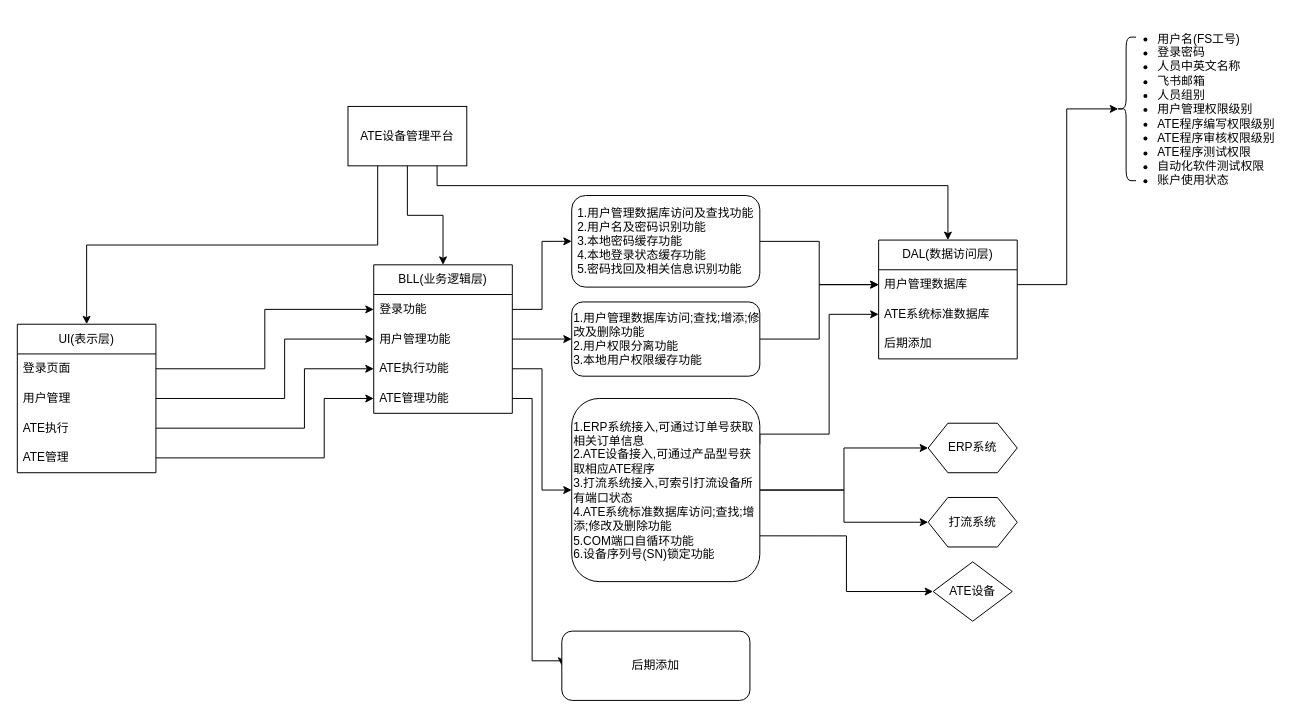
Before: CompanyUse/HongHanDongMan/ATE设备管理平台.drawio in Istaya/Gallery, a draw.io diagram. Source tidied: cells renumbered, new cells numbered last; positions are measured from the earlier drawing's top-left corner, leaving out a move shared by most shapes. Both pictures are drawn from the tidied source at 99%, with x=0, y=0 at pixel (17, 17).
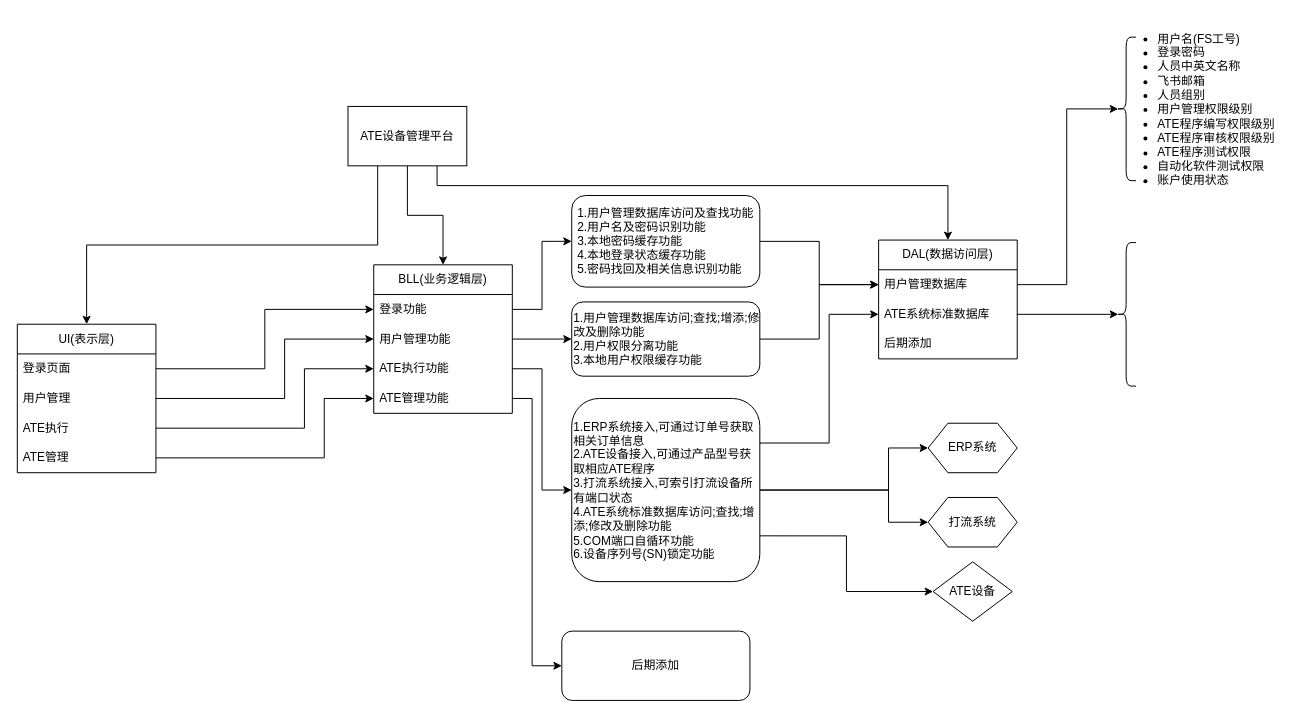
After the change.

Commit message:
更新ATE设备管理平台.drawio

The change refers to these unchanged cells:
```xml
<mxCell id="16" value="ATE管理功能" style="text;strokeColor=none;fillColor=none;align=left;verticalAlign=middle;spacingLeft=4;spacingRight=4;overflow=hidden;points=[[0,0.5],[1,0.5]];portConstraint=eastwest;whiteSpace=wrap;html=1;" parent="12" vertex="1">
  <mxGeometry y="120" width="140" height="30" as="geometry" />
</mxCell>
<mxCell id="19" value="ATE系统标准数据库" style="text;strokeColor=none;fillColor=none;align=left;verticalAlign=middle;spacingLeft=4;spacingRight=4;overflow=hidden;points=[[0,0.5],[1,0.5]];portConstraint=eastwest;whiteSpace=wrap;html=1;" parent="17" vertex="1">
  <mxGeometry y="60" width="140" height="30" as="geometry" />
</mxCell>
<mxCell id="30" value="ERP系统" style="shape=hexagon;perimeter=hexagonPerimeter2;whiteSpace=wrap;html=1;fixedSize=1;" parent="1" vertex="1">
  <mxGeometry x="920" y="410" width="90" height="50" as="geometry" />
</mxCell>
<mxCell id="32" value="打流系统" style="shape=hexagon;perimeter=hexagonPerimeter2;whiteSpace=wrap;html=1;fixedSize=1;" parent="1" vertex="1">
  <mxGeometry x="920" y="485" width="90" height="50" as="geometry" />
</mxCell>
<mxCell id="38" value="1.ERP系统接入,可通过订单号获取相关订单信息&lt;br&gt;2.ATE设备接入,可通过产品型号获取相应ATE程序&lt;br&gt;3.打流系统接入,可索引打流设备所有端口状态&lt;br&gt;4.ATE系统标准数据库访问;查找;增添;修改及删除功能&lt;br&gt;5.COM端口自循环功能&lt;br&gt;6.设备序列号(SN)锁定功能" style="rounded=1;whiteSpace=wrap;html=1;align=left;" parent="1" vertex="1">
  <mxGeometry x="560" y="385" width="190" height="185" as="geometry" />
</mxCell>
<mxCell id="40" value="后期添加" style="rounded=1;whiteSpace=wrap;html=1;" parent="1" vertex="1">
  <mxGeometry x="550" y="620" width="190" height="70" as="geometry" />
</mxCell>
```

Change to the diagram source:
```diff
@@
     <mxCell id="34" style="edgeStyle=orthogonalEdgeStyle;rounded=0;jettySize=auto;html=1;exitX=1;exitY=0.25;exitDx=0;exitDy=0;entryX=0;entryY=0.5;entryDx=0;entryDy=0;" parent="1" edge="1" source="38" target="19">
       <mxGeometry relative="1" as="geometry">
         <Array as="points">
-          <mxPoint x="820" y="421" />
+          <mxPoint x="750" y="430" />
+          <mxPoint x="820" y="430" />
           <mxPoint x="820" y="300" />
         </Array>
       </mxGeometry>
     </mxCell>
     <mxCell id="35" style="edgeStyle=orthogonalEdgeStyle;rounded=0;jettySize=auto;html=1;exitX=1;exitY=0.5;exitDx=0;exitDy=0;entryX=0;entryY=0.5;entryDx=0;entryDy=0;" parent="1" edge="1" source="38" target="30">
-      <mxGeometry relative="1" as="geometry" />
+      <mxGeometry relative="1" as="geometry">
+        <Array as="points">
+          <mxPoint x="880" y="477" />
+          <mxPoint x="880" y="435" />
+        </Array>
+      </mxGeometry>
     </mxCell>
     <mxCell id="36" style="edgeStyle=orthogonalEdgeStyle;rounded=0;jettySize=auto;html=1;exitX=1;exitY=0.5;exitDx=0;exitDy=0;entryX=0;entryY=0.5;entryDx=0;entryDy=0;" parent="1" edge="1" source="38" target="32">
-      <mxGeometry relative="1" as="geometry" />
+      <mxGeometry relative="1" as="geometry">
+        <Array as="points">
+          <mxPoint x="880" y="477" />
+          <mxPoint x="880" y="510" />
+        </Array>
+      </mxGeometry>
     </mxCell>
@@
     <mxCell id="39" style="edgeStyle=orthogonalEdgeStyle;rounded=0;jettySize=auto;html=1;exitX=1;exitY=0.5;exitDx=0;exitDy=0;entryX=0;entryY=0.5;entryDx=0;entryDy=0;" parent="1" edge="1" source="16" target="40">
       <mxGeometry relative="1" as="geometry">
         <Array as="points">
           <mxPoint x="520" y="385" />
-          <mxPoint x="520" y="650" />
-          <mxPoint x="550" y="650" />
+          <mxPoint x="520" y="655" />
         </Array>
       </mxGeometry>
     </mxCell>
@@
+    <mxCell id="44" style="edgeStyle=orthogonalEdgeStyle;rounded=0;jettySize=auto;html=1;entryX=0.1;entryY=0.5;entryDx=0;entryDy=0;entryPerimeter=0;" parent="1" edge="1" source="19" target="45">
+      <mxGeometry relative="1" as="geometry" />
+    </mxCell>
+    <mxCell id="45" style="shape=curlyBracket;whiteSpace=wrap;html=1;rounded=1;labelPosition=left;verticalLabelPosition=middle;align=right;verticalAlign=middle;" parent="1" vertex="1">
+      <mxGeometry x="1110" y="227.5" width="20" height="145" as="geometry" />
+    </mxCell>
```
